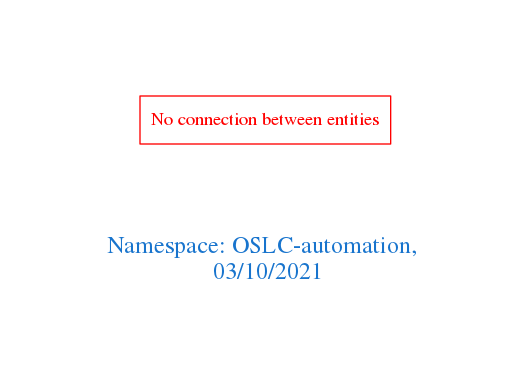
The Graphviz diagram downloads/OSLC-automation.png in arago/OGIT, before a commit. Its source is kept beside it as downloads/OSLC-automation.dot.
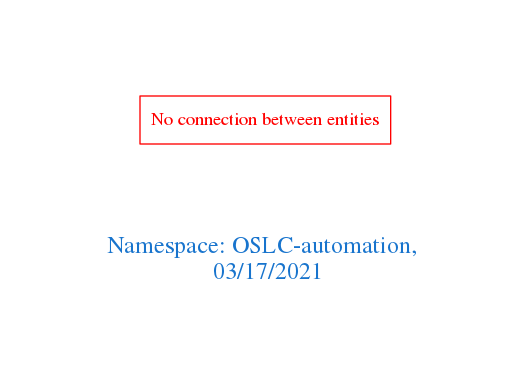
The same file after the commit.

The edit, as a diff of the source:
```diff
@@ -1,7 +1,7 @@
 digraph OGIT_ontology {
  graph [ rankdir= LR,pad=1
 fontsize = 18,
-fontcolor= dodgerblue3,label = "\n\n\nNamespace: OSLC-automation, \n 03/10/2021"];
+fontcolor= dodgerblue3,label = "\n\n\nNamespace: OSLC-automation, \n 03/17/2021"];
 node[shape=polygon];
 edge [  color="gray81"];
 
```
